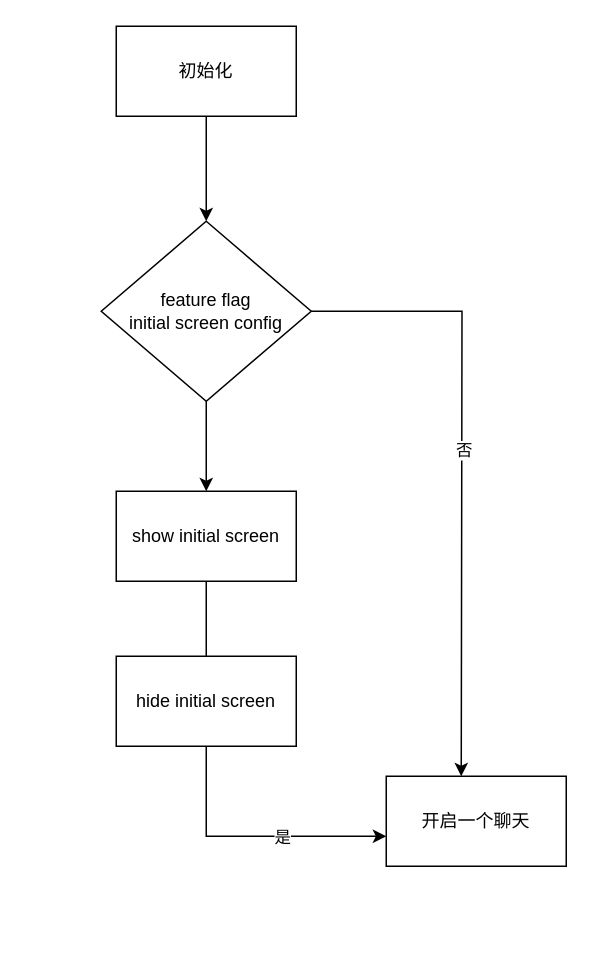
Before: Untitled Diagram.drawio in TD-gaowei/react-sortablejs-demo, a draw.io diagram. Source tidied: cells renumbered, new cells numbered last; positions are measured from the earlier drawing's top-left corner, leaving out a move shared by most shapes. Both pictures are drawn from the tidied source at 150%, with x=0, y=0 at pixel (100, 26).
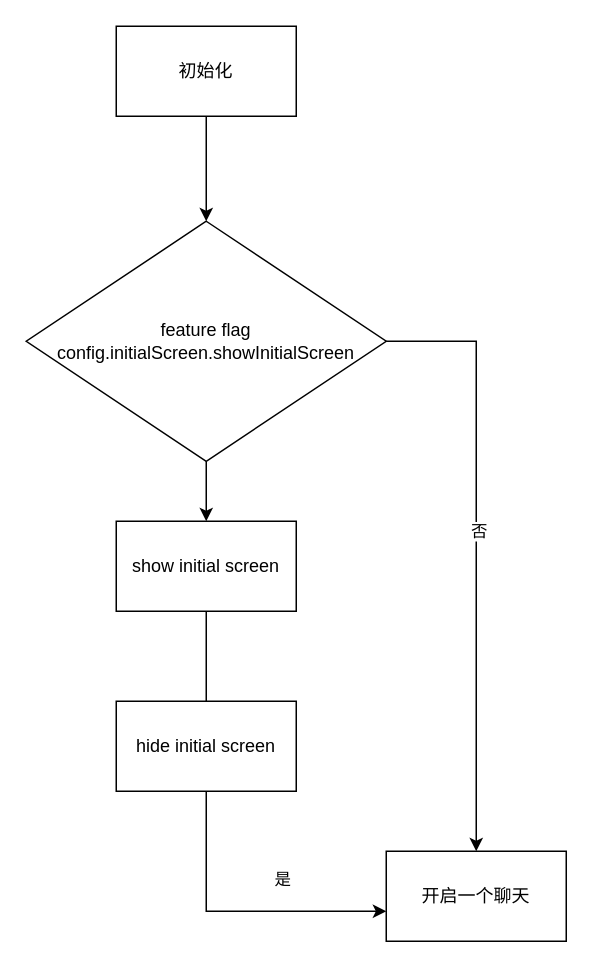
Above is the later version.

Diff of the diagram source:
```diff
@@
 <mxGraphModel>
   <root>
     <mxCell id="0" />
     <mxCell id="1" parent="0" />
     <mxCell id="2" style="edgeStyle=orthogonalEdgeStyle;rounded=0;jettySize=auto;html=1;entryX=0.5;entryY=0;entryDx=0;entryDy=0;" parent="1" edge="1" source="3" target="10">
       <mxGeometry relative="1" as="geometry" />
     </mxCell>
     <mxCell id="3" value="初始化" style="rounded=0;whiteSpace=wrap;html=1;" parent="1" vertex="1">
       <mxGeometry x="10" width="120" height="60" as="geometry" />
     </mxCell>
     <mxCell id="4" style="edgeStyle=orthogonalEdgeStyle;rounded=0;jettySize=auto;html=1;exitX=0.5;exitY=1;exitDx=0;exitDy=0;entryX=0;entryY=0.667;entryDx=0;entryDy=0;entryPerimeter=0;" parent="1" edge="1" source="6" target="11">
       <mxGeometry relative="1" as="geometry" />
     </mxCell>
     <mxCell id="5" value="是" style="edgeLabel;html=1;align=center;verticalAlign=middle;" parent="4" vertex="1">
       <mxGeometry x="-0.46" relative="1" as="geometry">
         <mxPoint x="50" y="92" as="offset" />
       </mxGeometry>
     </mxCell>
     <mxCell id="6" value="show initial screen" style="rounded=0;whiteSpace=wrap;html=1;" parent="1" vertex="1">
-      <mxGeometry x="10" y="310" width="120" height="60" as="geometry" />
+      <mxGeometry x="10" y="330" width="120" height="60" as="geometry" />
     </mxCell>
     <mxCell id="7" style="edgeStyle=orthogonalEdgeStyle;rounded=0;jettySize=auto;html=1;entryX=0.5;entryY=0;entryDx=0;entryDy=0;" parent="1" edge="1" source="10" target="6">
       <mxGeometry relative="1" as="geometry" />
     </mxCell>
-    <mxCell id="8" style="edgeStyle=orthogonalEdgeStyle;rounded=0;jettySize=auto;html=1;exitX=1;exitY=0.5;exitDx=0;exitDy=0;" parent="1" edge="1" source="10">
-      <mxGeometry relative="1" as="geometry">
-        <mxPoint x="240" y="500" as="targetPoint" />
-      </mxGeometry>
-    </mxCell>
+    <mxCell id="13" style="edgeStyle=orthogonalEdgeStyle;rounded=0;jettySize=auto;html=1;exitX=1;exitY=0.5;exitDx=0;exitDy=0;entryX=0.5;entryY=0;entryDx=0;entryDy=0;" parent="1" edge="1" source="10" target="11">
+      <mxGeometry relative="1" as="geometry" />
+    </mxCell>
-    <mxCell id="9" value="否" style="edgeLabel;html=1;align=center;verticalAlign=middle;" parent="8" vertex="1">
-      <mxGeometry x="-0.06" y="1" relative="1" as="geometry" />
+    <mxCell id="9" value="否" style="edgeLabel;html=1;align=center;verticalAlign=middle;" parent="13" vertex="1">
+      <mxGeometry x="-0.07" y="1" relative="1" as="geometry" />
     </mxCell>
-    <mxCell id="10" value="&lt;span&gt;feature flag&lt;/span&gt;&lt;br&gt;&lt;span&gt;initial screen config&lt;/span&gt;" style="rhombus;whiteSpace=wrap;html=1;" parent="1" vertex="1">
-      <mxGeometry y="130" width="140" height="120" as="geometry" />
+    <mxCell id="10" value="&lt;span&gt;feature flag&lt;/span&gt;&lt;br&gt;&lt;span&gt;config.initialScreen.showInitialScreen&lt;/span&gt;" style="rhombus;whiteSpace=wrap;html=1;" parent="1" vertex="1">
+      <mxGeometry x="-50" y="130" width="240" height="160" as="geometry" />
     </mxCell>
     <mxCell id="11" value="开启一个聊天" style="rounded=0;whiteSpace=wrap;html=1;" parent="1" vertex="1">
-      <mxGeometry x="190" y="500" width="120" height="60" as="geometry" />
+      <mxGeometry x="190" y="550" width="120" height="60" as="geometry" />
     </mxCell>
     <mxCell id="12" value="hide initial screen" style="rounded=0;whiteSpace=wrap;html=1;" parent="1" vertex="1">
-      <mxGeometry x="10" y="420" width="120" height="60" as="geometry" />
+      <mxGeometry x="10" y="450" width="120" height="60" as="geometry" />
     </mxCell>
   </root>
 </mxGraphModel>
```
